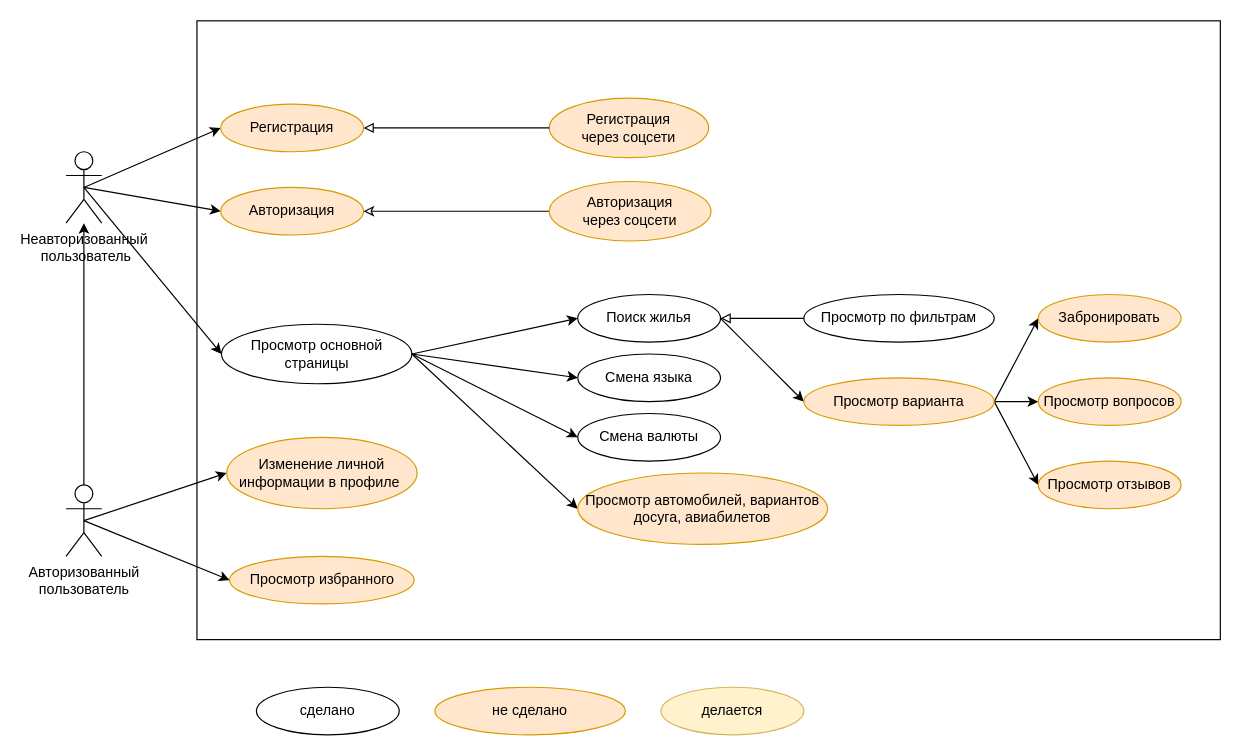
The draw.io diagram uml.drawio in david-d25/testing-labwork3, before the edit. Source tidied: cells renumbered, new cells numbered last; positions are measured from the earlier drawing's top-left corner, leaving out a move shared by most shapes. Both pictures are drawn from the tidied source at 119%, with x=0, y=0 at pixel (65, 20).
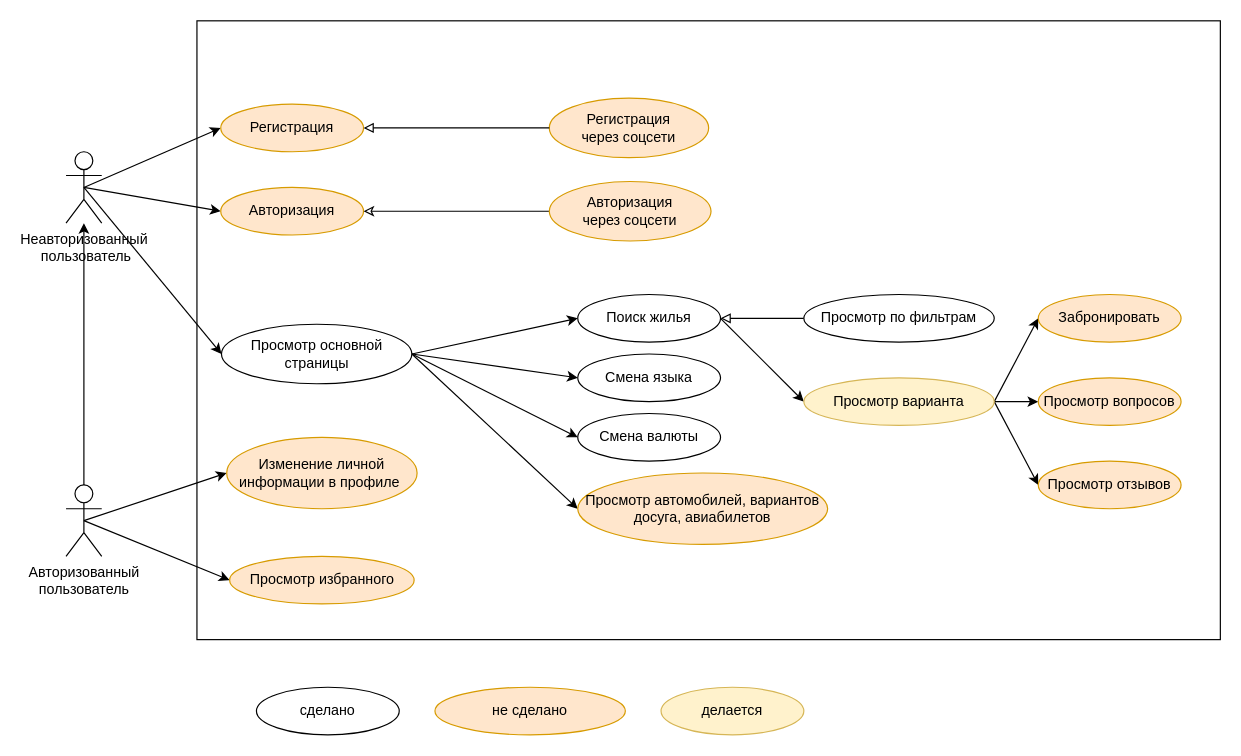
The same diagram, later.

Diff of the diagram source:
```diff
@@
-    <mxCell id="34" value="Просмотр варианта" style="ellipse;whiteSpace=wrap;html=1;fillColor=#ffe6cc;strokeColor=#d79b00;" parent="1" vertex="1">
+    <mxCell id="34" value="Просмотр варианта" style="ellipse;whiteSpace=wrap;html=1;fillColor=#fff2cc;strokeColor=#d6b656;" parent="1" vertex="1">
       <mxGeometry x="620" y="300" width="160" height="40" as="geometry" />
     </mxCell>
```
